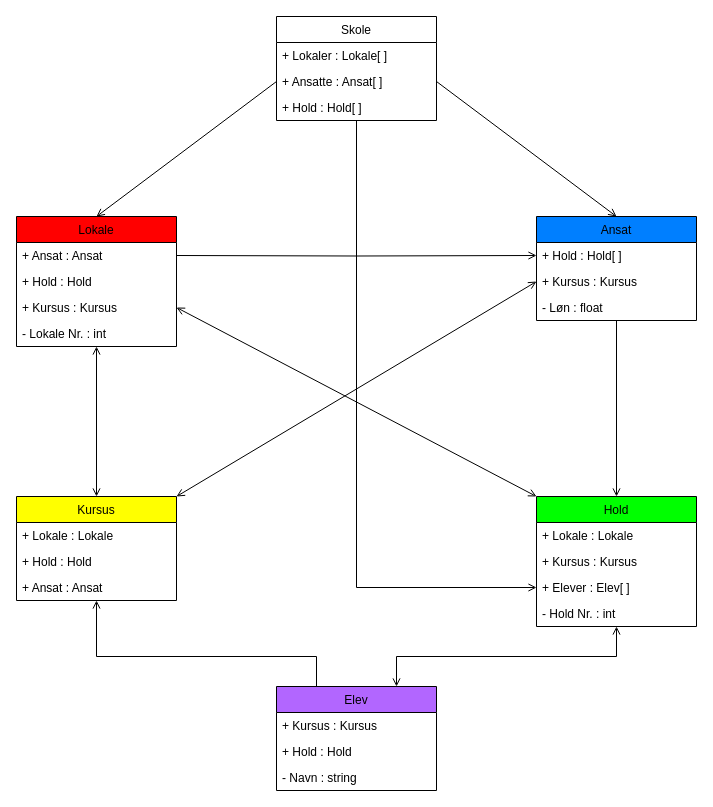
This is Skole Oversigt/UML Diagram over Projektet.drawio from MercantecData/objektorienteret-programmering-TobiasBreinhild, a draw.io file, before an edit. Source tidied: cells renumbered, new cells numbered last; positions are measured from the earlier drawing's top-left corner, leaving out a move shared by most shapes. Both pictures are drawn from the tidied source at 100%, with x=0, y=0 at pixel (16, 16).
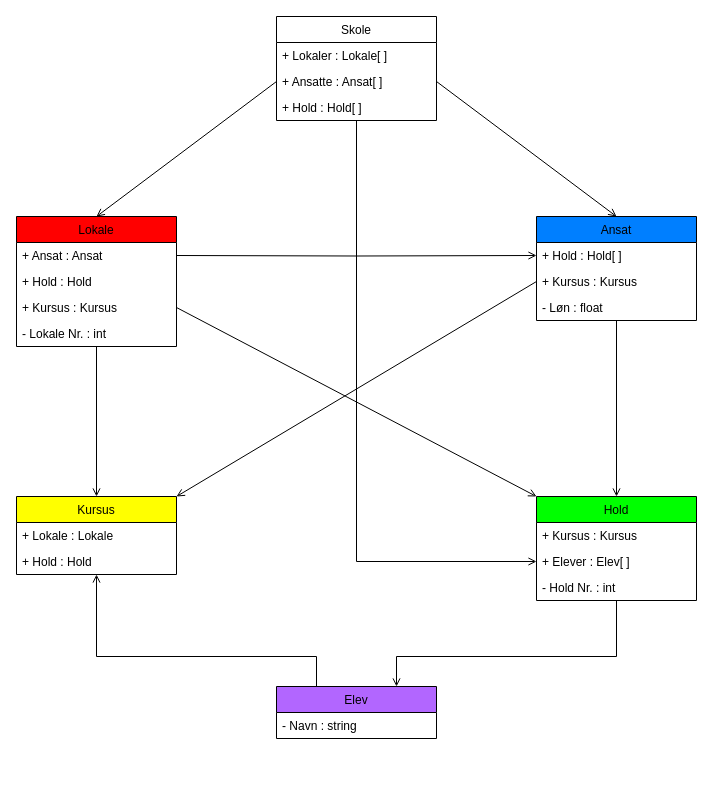
The same diagram, later.

The change refers to these unchanged cells:
```xml
<mxCell id="15" value="+ Kursus : Kursus " style="text;strokeColor=none;fillColor=none;align=left;verticalAlign=top;spacingLeft=4;spacingRight=4;overflow=hidden;points=[[0,0.5],[1,0.5]];portConstraint=eastwest;" parent="13" vertex="1">
  <mxGeometry y="52" width="160" height="26" as="geometry" />
</mxCell>
<mxCell id="17" value="Lokale" style="swimlane;fontStyle=0;horizontal=1;startSize=26;fillColor=#FF0000;" parent="1" vertex="1">
  <mxGeometry y="200" width="160" height="130" as="geometry" />
</mxCell>
<mxCell id="20" value="+ Kursus : Kursus " style="text;strokeColor=none;fillColor=none;align=left;verticalAlign=top;spacingLeft=4;spacingRight=4;overflow=hidden;points=[[0,0.5],[1,0.5]];portConstraint=eastwest;" parent="17" vertex="1">
  <mxGeometry y="78" width="160" height="26" as="geometry" />
</mxCell>
```

Change to the diagram source:
```diff
@@
-    <mxCell id="7" style="edgeStyle=orthogonalEdgeStyle;rounded=0;jettySize=auto;html=1;startArrow=open;startFill=0;endArrow=open;endFill=0;entryX=0.5;entryY=0;entryDx=0;entryDy=0;" parent="1" edge="1" source="17" target="29">
+    <mxCell id="7" style="edgeStyle=orthogonalEdgeStyle;rounded=0;jettySize=auto;html=1;startArrow=none;startFill=0;endArrow=open;endFill=0;entryX=0.5;entryY=0;entryDx=0;entryDy=0;" parent="1" edge="1" source="17" target="29">
       <mxGeometry relative="1" as="geometry" />
     </mxCell>
@@
-    <mxCell id="11" style="edgeStyle=orthogonalEdgeStyle;rounded=0;jettySize=auto;html=1;entryX=0.75;entryY=0;entryDx=0;entryDy=0;startArrow=open;startFill=0;endArrow=open;endFill=0;exitX=0.5;exitY=1;exitDx=0;exitDy=0;" parent="1" edge="1" source="33" target="23">
+    <mxCell id="11" style="edgeStyle=orthogonalEdgeStyle;rounded=0;jettySize=auto;html=1;entryX=0.75;entryY=0;entryDx=0;entryDy=0;startArrow=none;startFill=0;endArrow=open;endFill=0;exitX=0.5;exitY=1;exitDx=0;exitDy=0;" parent="1" edge="1" source="33" target="23">
       <mxGeometry relative="1" as="geometry">
         <Array as="points">
           <mxPoint x="600" y="640" />
           <mxPoint x="380" y="640" />
         </Array>
       </mxGeometry>
     </mxCell>
@@
     <mxCell id="23" value="Elev" style="swimlane;fontStyle=0;horizontal=1;startSize=26;fillColor=#B266FF;" parent="1" vertex="1">
-      <mxGeometry x="260" y="670" width="160" height="104" as="geometry" />
+      <mxGeometry x="260" y="670" width="160" height="52" as="geometry" />
     </mxCell>
-    <mxCell id="24" value="+ Kursus : Kursus " style="text;strokeColor=none;fillColor=none;align=left;verticalAlign=top;spacingLeft=4;spacingRight=4;overflow=hidden;" parent="23" vertex="1">
-      <mxGeometry y="26" width="160" height="26" as="geometry" />
-    </mxCell>
-    <mxCell id="25" value="+ Hold : Hold " style="text;strokeColor=none;fillColor=none;align=left;verticalAlign=top;spacingLeft=4;spacingRight=4;overflow=hidden;fontStyle=0;" parent="23" vertex="1">
-      <mxGeometry y="52" width="160" height="26" as="geometry" />
-    </mxCell>
     <mxCell id="26" value="- Navn : string" style="text;strokeColor=none;fillColor=none;align=left;verticalAlign=top;spacingLeft=4;spacingRight=4;overflow=hidden;" parent="23" vertex="1">
-      <mxGeometry y="78" width="160" height="26" as="geometry" />
+      <mxGeometry y="26" width="160" height="26" as="geometry" />
     </mxCell>
-    <mxCell id="27" style="endArrow=open;startArrow=open;html=1;strokeColor=#000000;exitX=0;exitY=0;exitDx=0;exitDy=0;entryX=1;entryY=0.5;entryDx=0;entryDy=0;startFill=0;endFill=0;" parent="1" edge="1" source="33" target="20">
+    <mxCell id="27" style="endArrow=none;startArrow=open;html=1;strokeColor=#000000;exitX=0;exitY=0;exitDx=0;exitDy=0;entryX=1;entryY=0.5;entryDx=0;entryDy=0;startFill=0;endFill=0;" parent="1" edge="1" source="33" target="20">
       <mxGeometry relative="1" as="geometry" />
     </mxCell>
-    <mxCell id="28" style="endArrow=open;startArrow=open;html=1;strokeColor=#000000;entryX=0;entryY=0.5;entryDx=0;entryDy=0;exitX=1;exitY=0;exitDx=0;exitDy=0;startFill=0;endFill=0;" parent="1" edge="1" source="29" target="15">
+    <mxCell id="28" style="endArrow=none;startArrow=open;html=1;strokeColor=#000000;entryX=0;entryY=0.5;entryDx=0;entryDy=0;exitX=1;exitY=0;exitDx=0;exitDy=0;startFill=0;endFill=0;" parent="1" edge="1" source="29" target="15">
       <mxGeometry relative="1" as="geometry" />
     </mxCell>
     <mxCell id="29" value="Kursus" style="swimlane;fontStyle=0;horizontal=1;startSize=26;fillColor=#FFFF00;" parent="1" vertex="1">
-      <mxGeometry y="480" width="160" height="104" as="geometry" />
+      <mxGeometry y="480" width="160" height="78" as="geometry" />
     </mxCell>
@@
-    <mxCell id="32" value="+ Ansat : Ansat " style="text;strokeColor=none;fillColor=none;align=left;verticalAlign=top;spacingLeft=4;spacingRight=4;overflow=hidden;" parent="29" vertex="1">
-      <mxGeometry y="78" width="160" height="26" as="geometry" />
-    </mxCell>
     <mxCell id="33" value="Hold" style="swimlane;fontStyle=0;horizontal=1;startSize=26;fillColor=#00FF00;" parent="1" vertex="1">
-      <mxGeometry x="520" y="480" width="160" height="130" as="geometry" />
+      <mxGeometry x="520" y="480" width="160" height="104" as="geometry" />
     </mxCell>
-    <mxCell id="34" value="+ Lokale : Lokale " style="text;strokeColor=none;fillColor=none;align=left;verticalAlign=top;spacingLeft=4;spacingRight=4;overflow=hidden;" parent="33" vertex="1">
-      <mxGeometry y="26" width="160" height="26" as="geometry" />
-    </mxCell>
     <mxCell id="35" value="+ Kursus : Kursus" style="text;strokeColor=none;fillColor=none;align=left;verticalAlign=top;spacingLeft=4;spacingRight=4;overflow=hidden;" parent="33" vertex="1">
-      <mxGeometry y="52" width="160" height="26" as="geometry" />
+      <mxGeometry y="26" width="160" height="26" as="geometry" />
     </mxCell>
     <mxCell id="36" value="+ Elever : Elev[ ] " style="text;strokeColor=none;fillColor=none;align=left;verticalAlign=top;spacingLeft=4;spacingRight=4;overflow=hidden;points=[[0,0.5],[1,0.5]];portConstraint=eastwest;" parent="33" vertex="1">
-      <mxGeometry y="78" width="160" height="26" as="geometry" />
+      <mxGeometry y="52" width="160" height="26" as="geometry" />
     </mxCell>
     <mxCell id="37" value="- Hold Nr. : int" style="text;strokeColor=none;fillColor=none;align=left;verticalAlign=top;spacingLeft=4;spacingRight=4;overflow=hidden;" parent="33" vertex="1">
-      <mxGeometry y="104" width="160" height="26" as="geometry" />
+      <mxGeometry y="78" width="160" height="26" as="geometry" />
     </mxCell>
```
